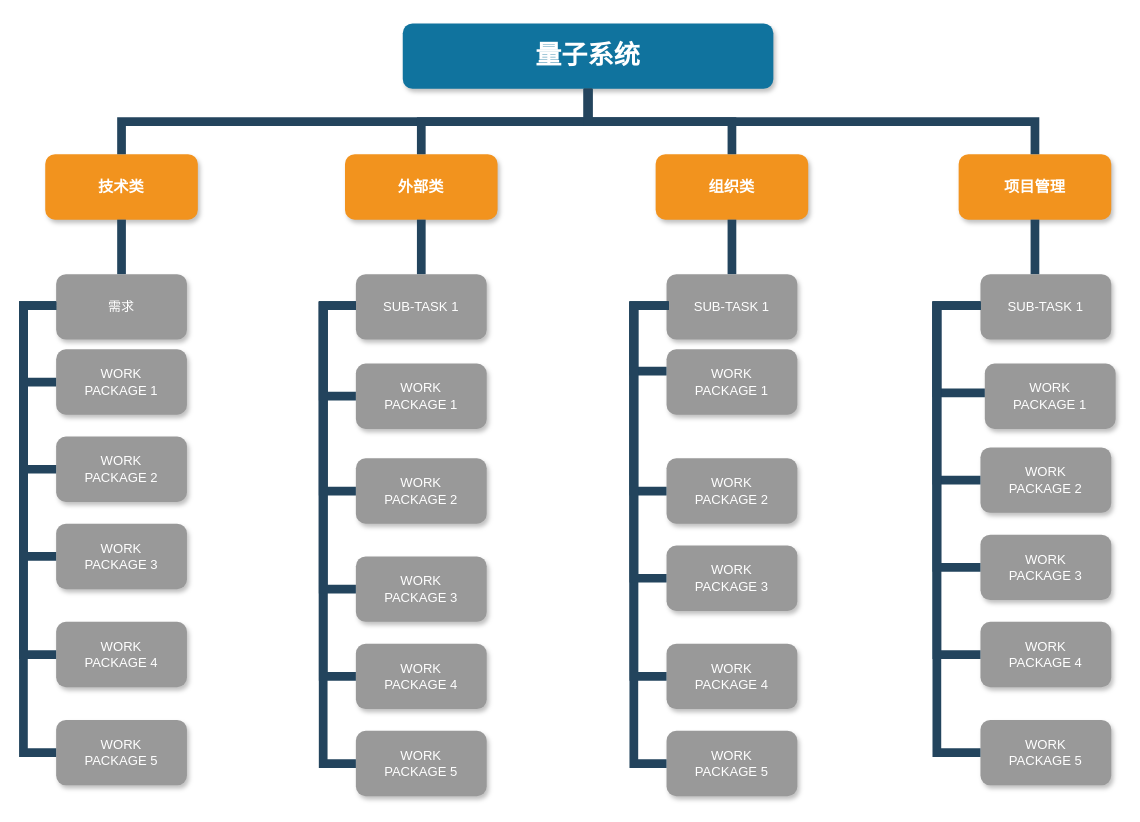
xccsoftware/bootStrap keeps this draw.io diagram as 项目风险结构.drawio. Above is the earlier version. Source tidied: cells renumbered, new cells numbered last; positions are measured from the earlier drawing's top-left corner, leaving out a move shared by most shapes. Both pictures are drawn from the tidied source at 109%, with x=0, y=0 at pixel (-75, 23).
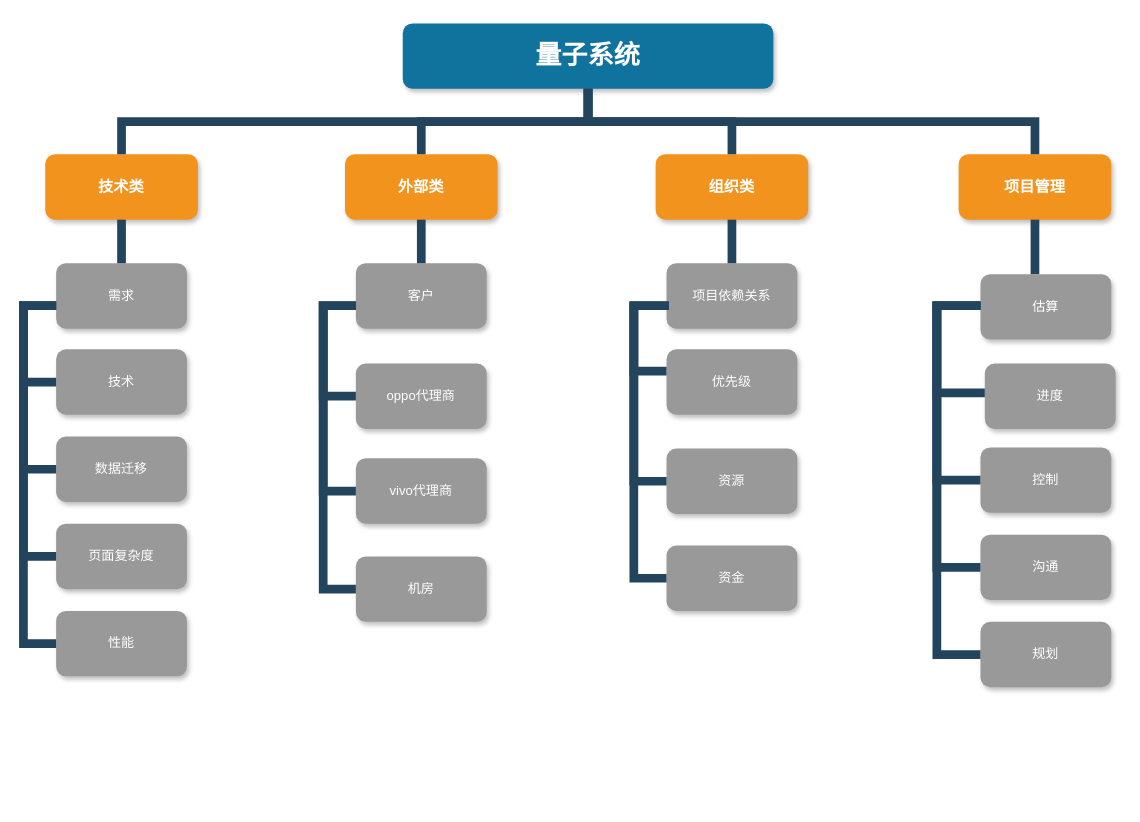
After the change.

Commit message (it also covers changes not shown here):
更新项目风险结构.drawio

Change to the diagram source:
```diff
@@
     <mxCell id="7" value="需求" style="whiteSpace=wrap;rounded=1;fillColor=#999999;strokeColor=none;shadow=1;fontColor=#FFFFFF;" parent="1" vertex="1">
-      <mxGeometry x="120" y="230" width="120" height="60" as="geometry" />
+      <mxGeometry x="120" y="220" width="120" height="60" as="geometry" />
     </mxCell>
-    <mxCell id="8" value="WORK&#10;PACKAGE 1" style="whiteSpace=wrap;rounded=1;fillColor=#999999;strokeColor=none;shadow=1;fontColor=#FFFFFF;fontStyle=0;" parent="1" vertex="1">
+    <mxCell id="8" value="技术" style="whiteSpace=wrap;rounded=1;fillColor=#999999;strokeColor=none;shadow=1;fontColor=#FFFFFF;fontStyle=0;" parent="1" vertex="1">
       <mxGeometry x="120" y="299" width="120" height="60" as="geometry" />
     </mxCell>
-    <mxCell id="9" value="WORK&#10;PACKAGE 2" style="whiteSpace=wrap;rounded=1;fillColor=#999999;strokeColor=none;shadow=1;fontColor=#FFFFFF;fontStyle=0;" parent="1" vertex="1">
+    <mxCell id="9" value="数据迁移" style="whiteSpace=wrap;rounded=1;fillColor=#999999;strokeColor=none;shadow=1;fontColor=#FFFFFF;fontStyle=0;" parent="1" vertex="1">
       <mxGeometry x="120" y="379" width="120" height="60" as="geometry" />
     </mxCell>
-    <mxCell id="10" value="WORK&#10;PACKAGE 3" style="whiteSpace=wrap;rounded=1;fillColor=#999999;strokeColor=none;shadow=1;fontColor=#FFFFFF;fontStyle=0;" parent="1" vertex="1">
+    <mxCell id="10" value="页面复杂度" style="whiteSpace=wrap;rounded=1;fillColor=#999999;strokeColor=none;shadow=1;fontColor=#FFFFFF;fontStyle=0;" parent="1" vertex="1">
       <mxGeometry x="120" y="459" width="120" height="60" as="geometry" />
     </mxCell>
-    <mxCell id="11" value="WORK&#10;PACKAGE 4" style="whiteSpace=wrap;rounded=1;fillColor=#999999;strokeColor=none;shadow=1;fontColor=#FFFFFF;fontStyle=0;" parent="1" vertex="1">
-      <mxGeometry x="120" y="549" width="120" height="60" as="geometry" />
+    <mxCell id="11" value="性能" style="whiteSpace=wrap;rounded=1;fillColor=#999999;strokeColor=none;shadow=1;fontColor=#FFFFFF;fontStyle=0;" parent="1" vertex="1">
+      <mxGeometry x="120" y="539" width="120" height="60" as="geometry" />
     </mxCell>
-    <mxCell id="12" value="WORK&#10;PACKAGE 5" style="whiteSpace=wrap;rounded=1;fillColor=#999999;strokeColor=none;shadow=1;fontColor=#FFFFFF;fontStyle=0;" parent="1" vertex="1">
-      <mxGeometry x="120" y="639" width="120" height="60" as="geometry" />
-    </mxCell>
-    <mxCell id="13" value="SUB-TASK 1" style="whiteSpace=wrap;rounded=1;fillColor=#999999;strokeColor=none;shadow=1;fontColor=#FFFFFF;" parent="1" vertex="1">
-      <mxGeometry x="395" y="230" width="120" height="60" as="geometry" />
+    <mxCell id="13" value="客户" style="whiteSpace=wrap;rounded=1;fillColor=#999999;strokeColor=none;shadow=1;fontColor=#FFFFFF;" parent="1" vertex="1">
+      <mxGeometry x="395" y="220" width="120" height="60" as="geometry" />
     </mxCell>
-    <mxCell id="14" value="WORK&#10;PACKAGE 1" style="whiteSpace=wrap;rounded=1;fillColor=#999999;strokeColor=none;shadow=1;fontColor=#FFFFFF;fontStyle=0;" parent="1" vertex="1">
+    <mxCell id="14" value="oppo代理商" style="whiteSpace=wrap;rounded=1;fillColor=#999999;strokeColor=none;shadow=1;fontColor=#FFFFFF;fontStyle=0;" parent="1" vertex="1">
       <mxGeometry x="395" y="312" width="120" height="60" as="geometry" />
     </mxCell>
-    <mxCell id="15" value="WORK&#10;PACKAGE 2" style="whiteSpace=wrap;rounded=1;fillColor=#999999;strokeColor=none;shadow=1;fontColor=#FFFFFF;fontStyle=0;" parent="1" vertex="1">
+    <mxCell id="15" value="vivo代理商" style="whiteSpace=wrap;rounded=1;fillColor=#999999;strokeColor=none;shadow=1;fontColor=#FFFFFF;fontStyle=0;" parent="1" vertex="1">
       <mxGeometry x="395" y="399" width="120" height="60" as="geometry" />
     </mxCell>
-    <mxCell id="16" value="WORK&#10;PACKAGE 3" style="whiteSpace=wrap;rounded=1;fillColor=#999999;strokeColor=none;shadow=1;fontColor=#FFFFFF;fontStyle=0;" parent="1" vertex="1">
+    <mxCell id="16" value="机房" style="whiteSpace=wrap;rounded=1;fillColor=#999999;strokeColor=none;shadow=1;fontColor=#FFFFFF;fontStyle=0;" parent="1" vertex="1">
       <mxGeometry x="395" y="489" width="120" height="60" as="geometry" />
     </mxCell>
-    <mxCell id="17" value="WORK&#10;PACKAGE 4" style="whiteSpace=wrap;rounded=1;fillColor=#999999;strokeColor=none;shadow=1;fontColor=#FFFFFF;fontStyle=0;" parent="1" vertex="1">
-      <mxGeometry x="395" y="569" width="120" height="60" as="geometry" />
-    </mxCell>
-    <mxCell id="18" value="WORK&#10;PACKAGE 5" style="whiteSpace=wrap;rounded=1;fillColor=#999999;strokeColor=none;shadow=1;fontColor=#FFFFFF;fontStyle=0;" parent="1" vertex="1">
-      <mxGeometry x="395" y="649" width="120" height="60" as="geometry" />
-    </mxCell>
@@
-    <mxCell id="22" style="edgeStyle=elbowEdgeStyle;elbow=horizontal;rounded=0;fontColor=#000000;endArrow=none;endFill=0;strokeWidth=8;strokeColor=#23445D;" parent="1" edge="1" target="12">
-      <mxGeometry relative="1" as="geometry">
-        <mxPoint x="120" y="259" as="sourcePoint" />
-        <Array as="points">
-          <mxPoint x="90" y="529" />
-          <mxPoint y="469" />
-        </Array>
-      </mxGeometry>
-    </mxCell>
@@
-    <mxCell id="28" style="edgeStyle=elbowEdgeStyle;elbow=horizontal;rounded=0;fontColor=#000000;endArrow=none;endFill=0;strokeWidth=8;strokeColor=#23445D;" parent="1" edge="1" target="18">
-      <mxGeometry relative="1" as="geometry">
-        <mxPoint x="395" y="259" as="sourcePoint" />
-        <Array as="points">
-          <mxPoint x="365" y="389" />
-          <mxPoint x="275" y="479" />
-        </Array>
-      </mxGeometry>
-    </mxCell>
-    <mxCell id="29" style="edgeStyle=elbowEdgeStyle;elbow=horizontal;rounded=0;fontColor=#000000;endArrow=none;endFill=0;strokeWidth=8;strokeColor=#23445D;" parent="1" edge="1" target="17">
-      <mxGeometry relative="1" as="geometry">
-        <mxPoint x="395" y="259" as="sourcePoint" />
-        <Array as="points">
-          <mxPoint x="365" y="329" />
-          <mxPoint x="275" y="429" />
-        </Array>
-      </mxGeometry>
-    </mxCell>
@@
-    <mxCell id="31" value="SUB-TASK 1" style="whiteSpace=wrap;rounded=1;fillColor=#999999;strokeColor=none;shadow=1;fontColor=#FFFFFF;" parent="1" vertex="1">
-      <mxGeometry x="680" y="230" width="120" height="60" as="geometry" />
+    <mxCell id="31" value="项目依赖关系" style="whiteSpace=wrap;rounded=1;fillColor=#999999;strokeColor=none;shadow=1;fontColor=#FFFFFF;" parent="1" vertex="1">
+      <mxGeometry x="680" y="220" width="120" height="60" as="geometry" />
     </mxCell>
-    <mxCell id="32" value="WORK&#10;PACKAGE 1" style="whiteSpace=wrap;rounded=1;fillColor=#999999;strokeColor=none;shadow=1;fontColor=#FFFFFF;fontStyle=0;" parent="1" vertex="1">
+    <mxCell id="32" value="优先级" style="whiteSpace=wrap;rounded=1;fillColor=#999999;strokeColor=none;shadow=1;fontColor=#FFFFFF;fontStyle=0;" parent="1" vertex="1">
       <mxGeometry x="680" y="299" width="120" height="60" as="geometry" />
     </mxCell>
-    <mxCell id="33" value="WORK&#10;PACKAGE 2" style="whiteSpace=wrap;rounded=1;fillColor=#999999;strokeColor=none;shadow=1;fontColor=#FFFFFF;fontStyle=0;" parent="1" vertex="1">
-      <mxGeometry x="680" y="399" width="120" height="60" as="geometry" />
+    <mxCell id="33" value="资源" style="whiteSpace=wrap;rounded=1;fillColor=#999999;strokeColor=none;shadow=1;fontColor=#FFFFFF;fontStyle=0;" parent="1" vertex="1">
+      <mxGeometry x="680" y="390" width="120" height="60" as="geometry" />
     </mxCell>
-    <mxCell id="34" value="WORK&#10;PACKAGE 3" style="whiteSpace=wrap;rounded=1;fillColor=#999999;strokeColor=none;shadow=1;fontColor=#FFFFFF;fontStyle=0;" parent="1" vertex="1">
+    <mxCell id="34" value="资金" style="whiteSpace=wrap;rounded=1;fillColor=#999999;strokeColor=none;shadow=1;fontColor=#FFFFFF;fontStyle=0;" parent="1" vertex="1">
       <mxGeometry x="680" y="479" width="120" height="60" as="geometry" />
     </mxCell>
-    <mxCell id="35" value="WORK&#10;PACKAGE 4" style="whiteSpace=wrap;rounded=1;fillColor=#999999;strokeColor=none;shadow=1;fontColor=#FFFFFF;fontStyle=0;" parent="1" vertex="1">
-      <mxGeometry x="680" y="569" width="120" height="60" as="geometry" />
-    </mxCell>
-    <mxCell id="36" value="WORK&#10;PACKAGE 5" style="whiteSpace=wrap;rounded=1;fillColor=#999999;strokeColor=none;shadow=1;fontColor=#FFFFFF;fontStyle=0;" parent="1" vertex="1">
-      <mxGeometry x="680" y="649" width="120" height="60" as="geometry" />
-    </mxCell>
@@
-    <mxCell id="39" style="edgeStyle=elbowEdgeStyle;elbow=horizontal;rounded=0;fontColor=#000000;endArrow=none;endFill=0;strokeWidth=8;strokeColor=#23445D;" parent="1" edge="1" target="36">
-      <mxGeometry relative="1" as="geometry">
-        <mxPoint x="682" y="259" as="sourcePoint" />
-        <Array as="points">
-          <mxPoint x="650" y="479" />
-          <mxPoint x="562" y="479" />
-        </Array>
-      </mxGeometry>
-    </mxCell>
-    <mxCell id="40" style="edgeStyle=elbowEdgeStyle;elbow=horizontal;rounded=0;fontColor=#000000;endArrow=none;endFill=0;strokeWidth=8;strokeColor=#23445D;" parent="1" edge="1" target="35">
-      <mxGeometry relative="1" as="geometry">
-        <mxPoint x="682" y="259" as="sourcePoint" />
-        <Array as="points">
-          <mxPoint x="650" y="399" />
-          <mxPoint x="562" y="429" />
-        </Array>
-      </mxGeometry>
-    </mxCell>
@@
-    <mxCell id="42" value="SUB-TASK 1" style="whiteSpace=wrap;rounded=1;fillColor=#999999;strokeColor=none;shadow=1;fontColor=#FFFFFF;" parent="1" vertex="1">
+    <mxCell id="42" value="估算" style="whiteSpace=wrap;rounded=1;fillColor=#999999;strokeColor=none;shadow=1;fontColor=#FFFFFF;" parent="1" vertex="1">
       <mxGeometry x="968" y="230" width="120" height="60" as="geometry" />
     </mxCell>
-    <mxCell id="43" value="WORK&#10;PACKAGE 1" style="whiteSpace=wrap;rounded=1;fillColor=#999999;strokeColor=none;shadow=1;fontColor=#FFFFFF;fontStyle=0;" parent="1" vertex="1">
+    <mxCell id="43" value="进度" style="whiteSpace=wrap;rounded=1;fillColor=#999999;strokeColor=none;shadow=1;fontColor=#FFFFFF;fontStyle=0;" parent="1" vertex="1">
       <mxGeometry x="972" y="312" width="120" height="60" as="geometry" />
     </mxCell>
-    <mxCell id="44" value="WORK&#10;PACKAGE 2" style="whiteSpace=wrap;rounded=1;fillColor=#999999;strokeColor=none;shadow=1;fontColor=#FFFFFF;fontStyle=0;" parent="1" vertex="1">
+    <mxCell id="44" value="控制" style="whiteSpace=wrap;rounded=1;fillColor=#999999;strokeColor=none;shadow=1;fontColor=#FFFFFF;fontStyle=0;" parent="1" vertex="1">
       <mxGeometry x="968" y="389" width="120" height="60" as="geometry" />
     </mxCell>
-    <mxCell id="45" value="WORK&#10;PACKAGE 3" style="whiteSpace=wrap;rounded=1;fillColor=#999999;strokeColor=none;shadow=1;fontColor=#FFFFFF;fontStyle=0;" parent="1" vertex="1">
+    <mxCell id="45" value="沟通" style="whiteSpace=wrap;rounded=1;fillColor=#999999;strokeColor=none;shadow=1;fontColor=#FFFFFF;fontStyle=0;" parent="1" vertex="1">
       <mxGeometry x="968" y="469" width="120" height="60" as="geometry" />
     </mxCell>
-    <mxCell id="46" value="WORK&#10;PACKAGE 4" style="whiteSpace=wrap;rounded=1;fillColor=#999999;strokeColor=none;shadow=1;fontColor=#FFFFFF;fontStyle=0;" parent="1" vertex="1">
+    <mxCell id="46" value="规划" style="whiteSpace=wrap;rounded=1;fillColor=#999999;strokeColor=none;shadow=1;fontColor=#FFFFFF;fontStyle=0;" parent="1" vertex="1">
       <mxGeometry x="968" y="549" width="120" height="60" as="geometry" />
     </mxCell>
-    <mxCell id="47" value="WORK&#10;PACKAGE 5" style="whiteSpace=wrap;rounded=1;fillColor=#999999;strokeColor=none;shadow=1;fontColor=#FFFFFF;fontStyle=0;" parent="1" vertex="1">
-      <mxGeometry x="968" y="639" width="120" height="60" as="geometry" />
-    </mxCell>
@@
-    <mxCell id="50" style="edgeStyle=elbowEdgeStyle;elbow=horizontal;rounded=0;fontColor=#000000;endArrow=none;endFill=0;strokeWidth=8;strokeColor=#23445D;" parent="1" edge="1" target="47">
-      <mxGeometry relative="1" as="geometry">
-        <mxPoint x="968" y="259" as="sourcePoint" />
-        <Array as="points">
-          <mxPoint x="928" y="539" />
-          <mxPoint x="478" y="479" />
-        </Array>
-      </mxGeometry>
-    </mxCell>
```
